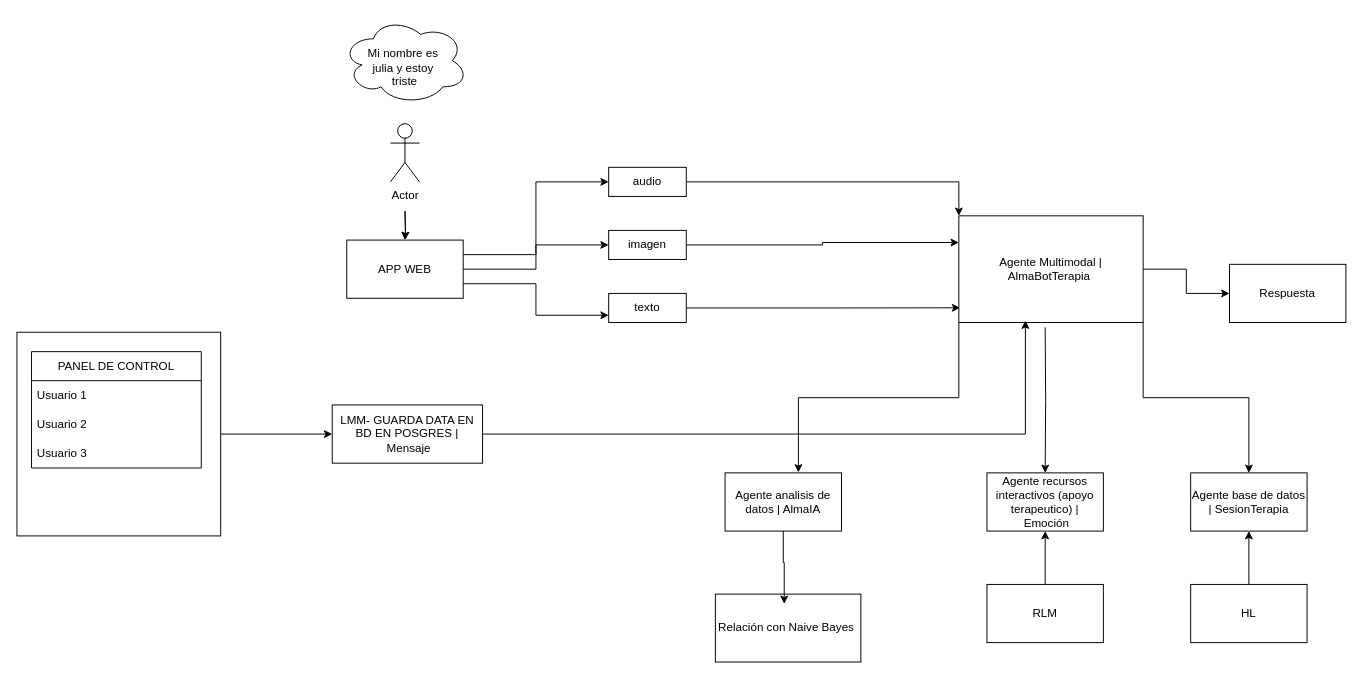
Above: Diagrama sin título.drawio in LIZGRICAS/Almabot (draw.io), before the change. Source tidied: cells renumbered, new cells numbered last; positions are measured from the earlier drawing's top-left corner, leaving out a move shared by most shapes. Both pictures are drawn from the tidied source at 97%, with x=0, y=0 at pixel (16, 16).
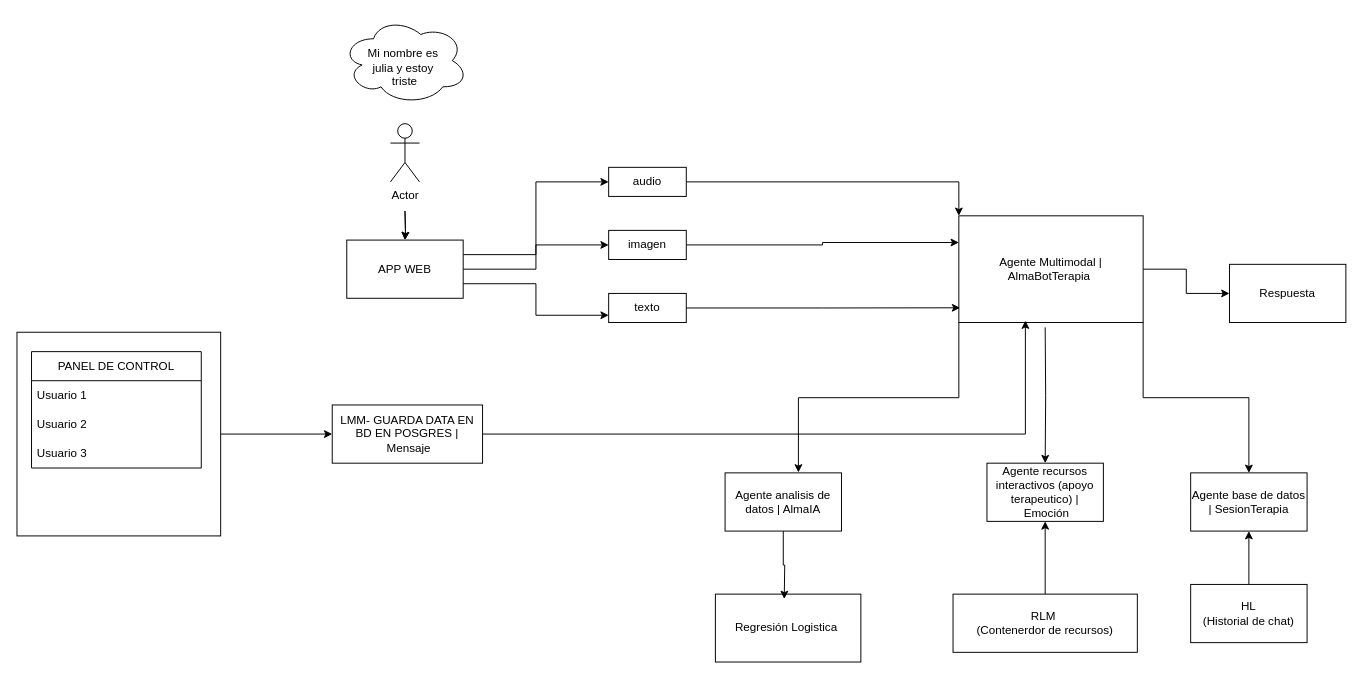
The same page after the edit.

Unchanged cells that the change refers to:
```xml
<mxCell id="6" value="Agente analisis de datos | AlmaIA" style="rounded=0;whiteSpace=wrap;html=1;" parent="1" vertex="1">
  <mxGeometry x="730" y="470" width="120" height="60" as="geometry" />
</mxCell>
```

Diff of the diagram source:
```diff
@@
     <mxCell id="7" value="Agente recursos interactivos (apoyo terapeutico) |&amp;nbsp;Emoción" style="rounded=0;whiteSpace=wrap;html=1;" parent="1" vertex="1">
-      <mxGeometry x="1000" y="470" width="120" height="60" as="geometry" />
+      <mxGeometry x="1000" y="460" width="120" height="60" as="geometry" />
     </mxCell>
@@
-    <mxCell id="20" value="Relación con Naive Bayes&amp;nbsp;" style="rounded=0;whiteSpace=wrap;html=1;" parent="1" vertex="1">
+    <mxCell id="20" value="Regresión Logistica&amp;nbsp;" style="rounded=0;whiteSpace=wrap;html=1;" parent="1" vertex="1">
       <mxGeometry x="720" y="595" width="150" height="70" as="geometry" />
     </mxCell>
@@
-    <mxCell id="22" value="RLM" style="rounded=0;whiteSpace=wrap;html=1;" parent="1" vertex="1">
-      <mxGeometry x="1000" y="585" width="120" height="60" as="geometry" />
+    <mxCell id="22" value="RLM&amp;nbsp;&lt;div&gt;(Contenerdor de recursos)&lt;/div&gt;" style="rounded=0;whiteSpace=wrap;html=1;" parent="1" vertex="1">
+      <mxGeometry x="965" y="595" width="190" height="60" as="geometry" />
     </mxCell>
@@
-    <mxCell id="24" value="HL" style="rounded=0;whiteSpace=wrap;html=1;" parent="1" vertex="1">
+    <mxCell id="24" value="HL&lt;div&gt;(Historial de chat)&lt;/div&gt;" style="rounded=0;whiteSpace=wrap;html=1;" parent="1" vertex="1">
       <mxGeometry x="1210" y="585" width="120" height="60" as="geometry" />
     </mxCell>
@@
-    <mxCell id="39" style="edgeStyle=orthogonalEdgeStyle;rounded=0;jettySize=auto;html=1;exitX=0.5;exitY=1;exitDx=0;exitDy=0;entryX=0.473;entryY=0.143;entryDx=0;entryDy=0;entryPerimeter=0;" parent="1" edge="1" source="6" target="20">
-      <mxGeometry relative="1" as="geometry" />
+    <mxCell id="39" style="edgeStyle=orthogonalEdgeStyle;rounded=0;jettySize=auto;html=1;exitX=0.5;exitY=1;exitDx=0;exitDy=0;" parent="1" edge="1" source="6">
+      <mxGeometry relative="1" as="geometry">
+        <mxPoint x="791" y="600" as="targetPoint" />
+      </mxGeometry>
     </mxCell>
```
